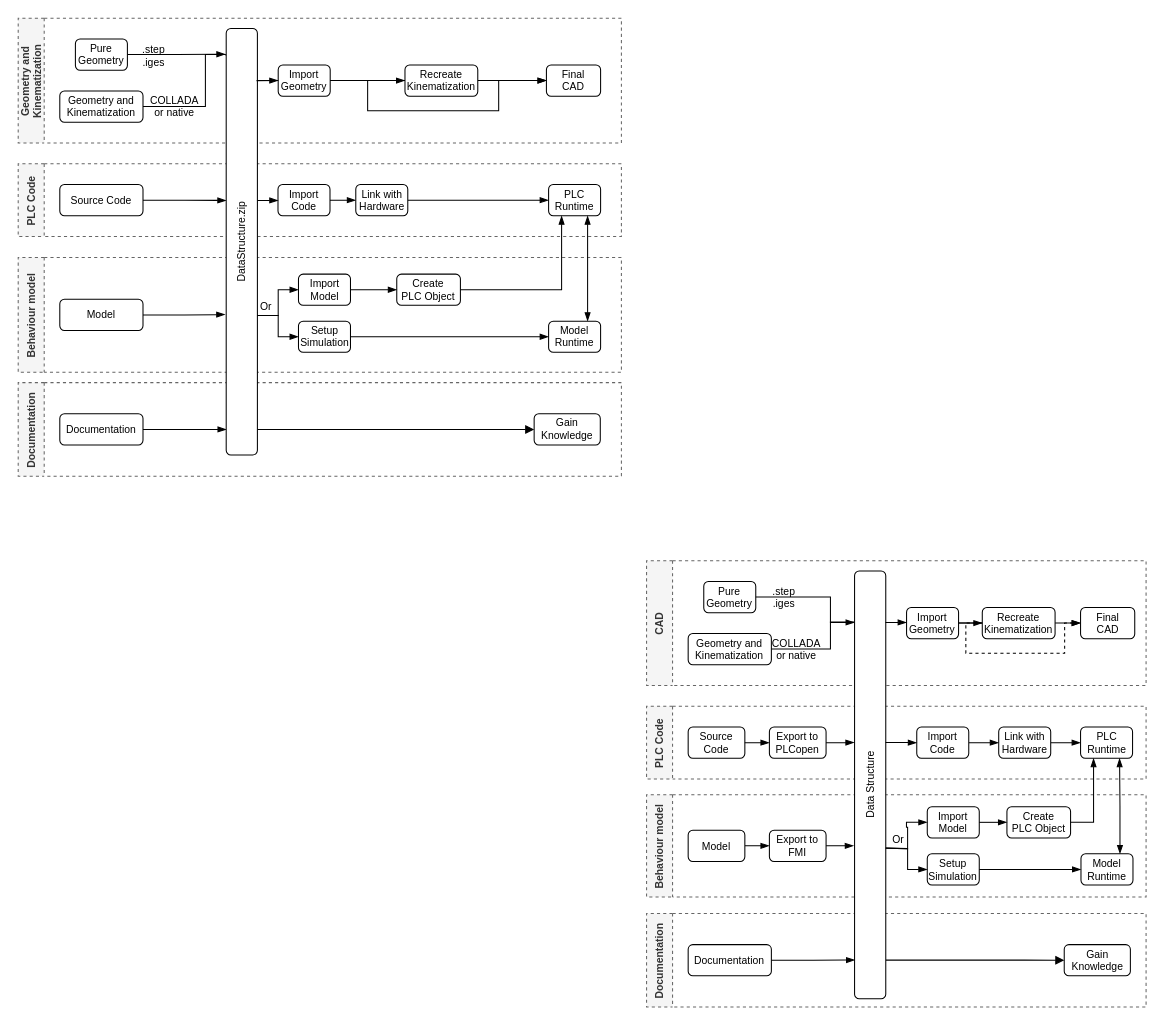
Earlier version of the draw.io diagram page "GeneralWorkflow" (4 of 11) of 0_Master Thesis/Bilder.drawio (gd8213/MasterThesis). Source tidied: cells renumbered, new cells numbered last; positions are measured from the earlier drawing's top-left corner, leaving out a move shared by most shapes. Both pictures are drawn from the tidied source at 104%, with x=0, y=0 at pixel (18, 18).
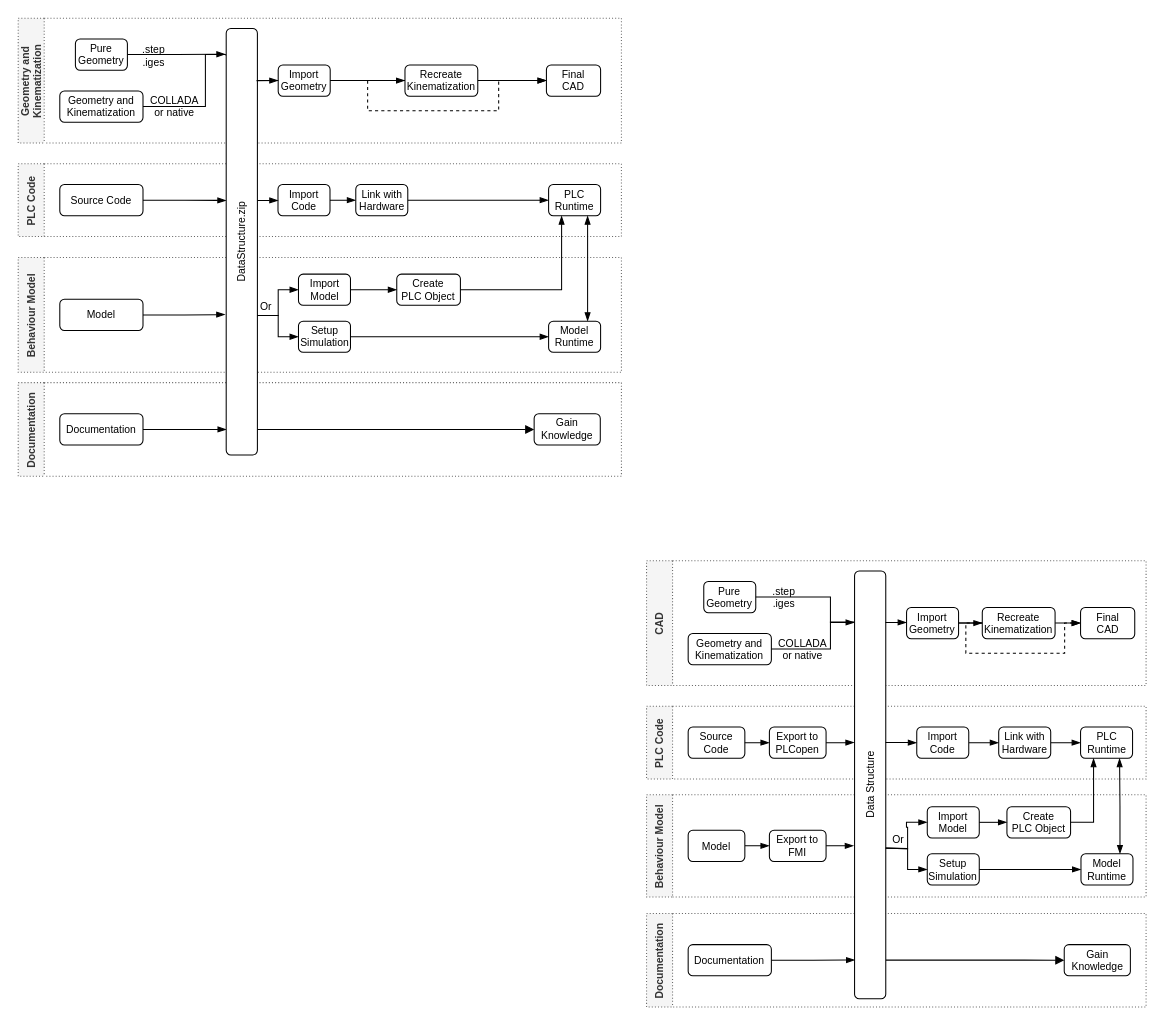
Above is the later version.

Unchanged cells that the change refers to:
```xml
<mxCell id="9" value="Final&lt;br&gt;CAD" style="rounded=1;whiteSpace=wrap;html=1;fontSize=10;" parent="2" vertex="1">
  <mxGeometry x="507.9" y="45" width="52.1" height="30" as="geometry" />
</mxCell>
<mxCell id="10" value="Recreate&lt;br&gt;Kinematization" style="rounded=1;whiteSpace=wrap;html=1;fontSize=10;" parent="2" vertex="1">
  <mxGeometry x="371.9" y="45" width="70" height="30" as="geometry" />
</mxCell>
<mxCell id="46" value="Geometry and Kinematization" style="rounded=1;whiteSpace=wrap;html=1;fontSize=10;" parent="44" vertex="1">
  <mxGeometry x="40" y="70" width="80" height="30" as="geometry" />
</mxCell>
<mxCell id="81" value="&lt;div&gt;&lt;span&gt;Data Structure&lt;/span&gt;&lt;/div&gt;" style="rounded=1;whiteSpace=wrap;html=1;fontSize=10;strokeColor=#000000;align=center;horizontal=0;" parent="1" vertex="1">
  <mxGeometry x="804.2" y="531.6" width="30" height="411.3" as="geometry" />
</mxCell>
```

Diff of the diagram source:
```diff
@@
-    <mxCell id="2" value="Geometry and&#10;Kinematization" style="swimlane;horizontal=0;fontSize=10;strokeColor=#666666;startSize=25;fillColor=#f5f5f5;fontColor=#333333;dashed=1;" parent="1" vertex="1">
+    <mxCell id="2" value="Geometry and&#10;Kinematization" style="swimlane;horizontal=0;fontSize=10;strokeColor=#666666;startSize=25;fillColor=#f5f5f5;fontColor=#333333;dashed=1;dashPattern=1 2;" parent="1" vertex="1">
       <mxGeometry width="580" height="120" as="geometry" />
     </mxCell>
@@
-    <mxCell id="6" style="edgeStyle=orthogonalEdgeStyle;rounded=0;jettySize=auto;html=1;entryX=0;entryY=0.5;entryDx=0;entryDy=0;labelBackgroundColor=none;fontSize=10;startArrow=none;startFill=0;endArrow=blockThin;endFill=1;" parent="2" edge="1" source="10" target="9">
+    <mxCell id="6" style="edgeStyle=orthogonalEdgeStyle;rounded=0;jettySize=auto;html=1;entryX=0;entryY=0.5;entryDx=0;entryDy=0;labelBackgroundColor=none;fontSize=10;startArrow=none;startFill=0;endArrow=blockThin;endFill=1;dashed=1;" parent="2" edge="1" source="10" target="9">
       <mxGeometry relative="1" as="geometry">
         <Array as="points">
           <mxPoint x="336" y="60" />
           <mxPoint x="336" y="89" />
           <mxPoint x="462" y="89" />
           <mxPoint x="462" y="60" />
         </Array>
       </mxGeometry>
     </mxCell>
@@
-    <mxCell id="12" value="PLC Code" style="swimlane;horizontal=0;fontSize=10;strokeColor=#666666;startSize=25;fillColor=#f5f5f5;fontColor=#333333;dashed=1;" parent="1" vertex="1">
+    <mxCell id="12" value="PLC Code" style="swimlane;horizontal=0;fontSize=10;strokeColor=#666666;startSize=25;fillColor=#f5f5f5;fontColor=#333333;dashed=1;dashPattern=1 2;" parent="1" vertex="1">
       <mxGeometry y="140" width="580" height="70" as="geometry" />
     </mxCell>
@@
-    <mxCell id="19" value="Behaviour model" style="swimlane;horizontal=0;fontSize=10;strokeColor=#666666;startSize=25;fillColor=#f5f5f5;fontColor=#333333;dashed=1;" parent="1" vertex="1">
+    <mxCell id="19" value="Behaviour Model" style="swimlane;horizontal=0;fontSize=10;strokeColor=#666666;startSize=25;fillColor=#f5f5f5;fontColor=#333333;dashed=1;dashPattern=1 2;" parent="1" vertex="1">
       <mxGeometry y="230" width="580" height="110.5" as="geometry" />
     </mxCell>
@@
-    <mxCell id="25" value="Documentation" style="swimlane;horizontal=0;fontSize=10;strokeColor=#666666;startSize=25;fillColor=#f5f5f5;fontColor=#333333;dashed=1;" parent="1" vertex="1">
+    <mxCell id="25" value="Documentation" style="swimlane;horizontal=0;fontSize=10;strokeColor=#666666;startSize=25;fillColor=#f5f5f5;fontColor=#333333;dashed=1;dashPattern=1 2;" parent="1" vertex="1">
       <mxGeometry y="350.4" width="580" height="90" as="geometry" />
     </mxCell>
@@
-    <mxCell id="44" value="CAD" style="swimlane;horizontal=0;fontSize=10;strokeColor=#666666;startSize=25;fillColor=#f5f5f5;fontColor=#333333;dashed=1;" parent="1" vertex="1">
+    <mxCell id="44" value="CAD" style="swimlane;horizontal=0;fontSize=10;strokeColor=#666666;startSize=25;fillColor=#f5f5f5;fontColor=#333333;dashed=1;dashPattern=1 2;" parent="1" vertex="1">
       <mxGeometry x="604.2" y="521.6" width="480.3" height="120" as="geometry" />
     </mxCell>
@@
-    <mxCell id="54" value="PLC Code" style="swimlane;horizontal=0;fontSize=10;strokeColor=#666666;startSize=25;fillColor=#f5f5f5;fontColor=#333333;dashed=1;" parent="1" vertex="1">
+    <mxCell id="54" value="PLC Code" style="swimlane;horizontal=0;fontSize=10;strokeColor=#666666;startSize=25;fillColor=#f5f5f5;fontColor=#333333;dashed=1;dashPattern=1 2;" parent="1" vertex="1">
       <mxGeometry x="604.2" y="661.6" width="480.3" height="70" as="geometry" />
     </mxCell>
@@
-    <mxCell id="63" value="Behaviour model" style="swimlane;horizontal=0;fontSize=10;strokeColor=#666666;startSize=25;fillColor=#f5f5f5;fontColor=#333333;dashed=1;" parent="1" vertex="1">
+    <mxCell id="63" value="Behaviour Model" style="swimlane;horizontal=0;fontSize=10;strokeColor=#666666;startSize=25;fillColor=#f5f5f5;fontColor=#333333;dashed=1;dashPattern=1 2;" parent="1" vertex="1">
       <mxGeometry x="604.2" y="746.6" width="480.3" height="98.4" as="geometry" />
     </mxCell>
@@
-    <mxCell id="73" value="Documentation" style="swimlane;horizontal=0;fontSize=10;strokeColor=#666666;startSize=25;fillColor=#f5f5f5;fontColor=#333333;dashed=1;" parent="1" vertex="1">
+    <mxCell id="73" value="Documentation" style="swimlane;horizontal=0;fontSize=10;strokeColor=#666666;startSize=25;fillColor=#f5f5f5;fontColor=#333333;dashed=1;dashPattern=1 2;" parent="1" vertex="1">
       <mxGeometry x="604.2" y="860.8" width="480.3" height="90" as="geometry" />
     </mxCell>
@@
     <mxCell id="78" value="COLLADA&lt;br&gt;or native" style="edgeStyle=orthogonalEdgeStyle;rounded=0;jettySize=auto;html=1;entryX=-0.017;entryY=0.119;entryDx=0;entryDy=0;labelBackgroundColor=none;fontSize=10;startArrow=none;startFill=0;endArrow=none;endFill=0;exitX=1;exitY=0.5;exitDx=0;exitDy=0;align=center;entryPerimeter=0;" parent="1" edge="1" source="46" target="81">
-      <mxGeometry x="-0.54" relative="1" as="geometry">
+      <mxGeometry x="-0.44" relative="1" as="geometry">
         <Array as="points">
           <mxPoint x="781" y="607" />
           <mxPoint x="781" y="581" />
           <mxPoint x="804" y="581" />
         </Array>
       </mxGeometry>
     </mxCell>
```
